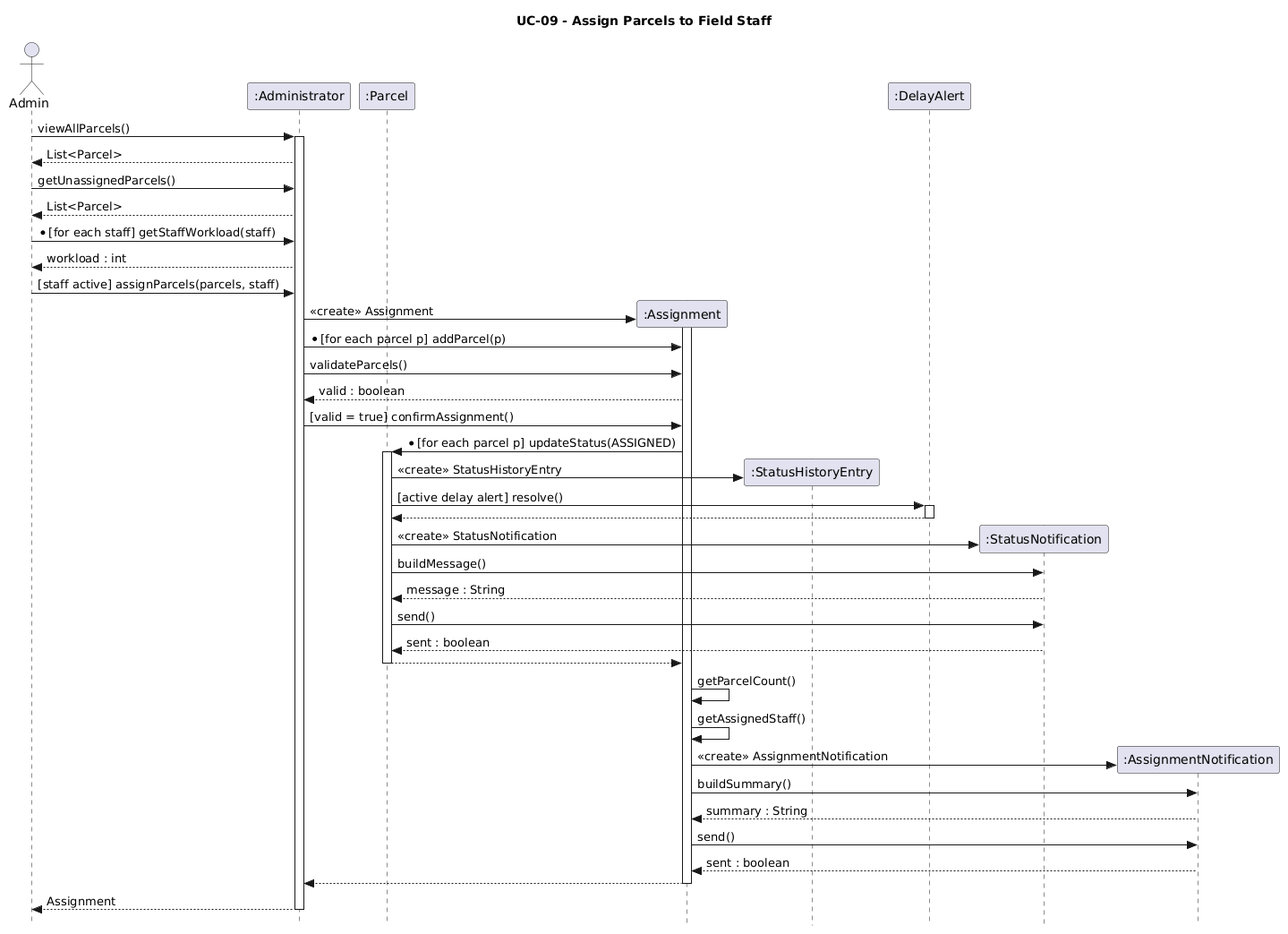
COE420-Team10-F26/Courier_parcel_tracking_system keeps this PlantUML diagram as Project/Behavioral_Modeling/Sequence_Diagrams/SD_UC-09_Assign_Parcel.png. Above is the earlier version. The source it was exported from:
```plantuml
@startuml
title UC-09 - Assign Parcels to Field Staff
skinparam sequenceMessageAlign left
skinparam style strictuml

actor Admin
participant ":Administrator" as A
participant ":Parcel" as P
participant ":Assignment" as As
participant ":StatusHistoryEntry" as H
participant ":DelayAlert" as D
participant ":StatusNotification" as SN
participant ":AssignmentNotification" as N

Admin -> A : viewAllParcels()
activate A
A --> Admin : List<Parcel>

Admin -> A : getUnassignedParcels()
A --> Admin : List<Parcel>

Admin -> A : *[for each staff] getStaffWorkload(staff)
A --> Admin : workload : int

Admin -> A : [staff active] assignParcels(parcels, staff)

create As
A -> As : <<create>> Assignment
activate As

A -> As : *[for each parcel p] addParcel(p)

A -> As : validateParcels()
As --> A : valid : boolean

A -> As : [valid = true] confirmAssignment()

As -> P : *[for each parcel p] updateStatus(ASSIGNED)
activate P

create H
P -> H : <<create>> StatusHistoryEntry

P -> D : [active delay alert] resolve()
activate D
D --> P
deactivate D

create SN
P -> SN : <<create>> StatusNotification
P -> SN : buildMessage()
SN --> P : message : String
P -> SN : send()
SN --> P : sent : boolean

P --> As
deactivate P

As -> As : getParcelCount()
As -> As : getAssignedStaff()

create N
As -> N : <<create>> AssignmentNotification
As -> N : buildSummary()
N --> As : summary : String
As -> N : send()
N --> As : sent : boolean

As --> A
deactivate As
A --> Admin : Assignment
deactivate A
@enduml
```
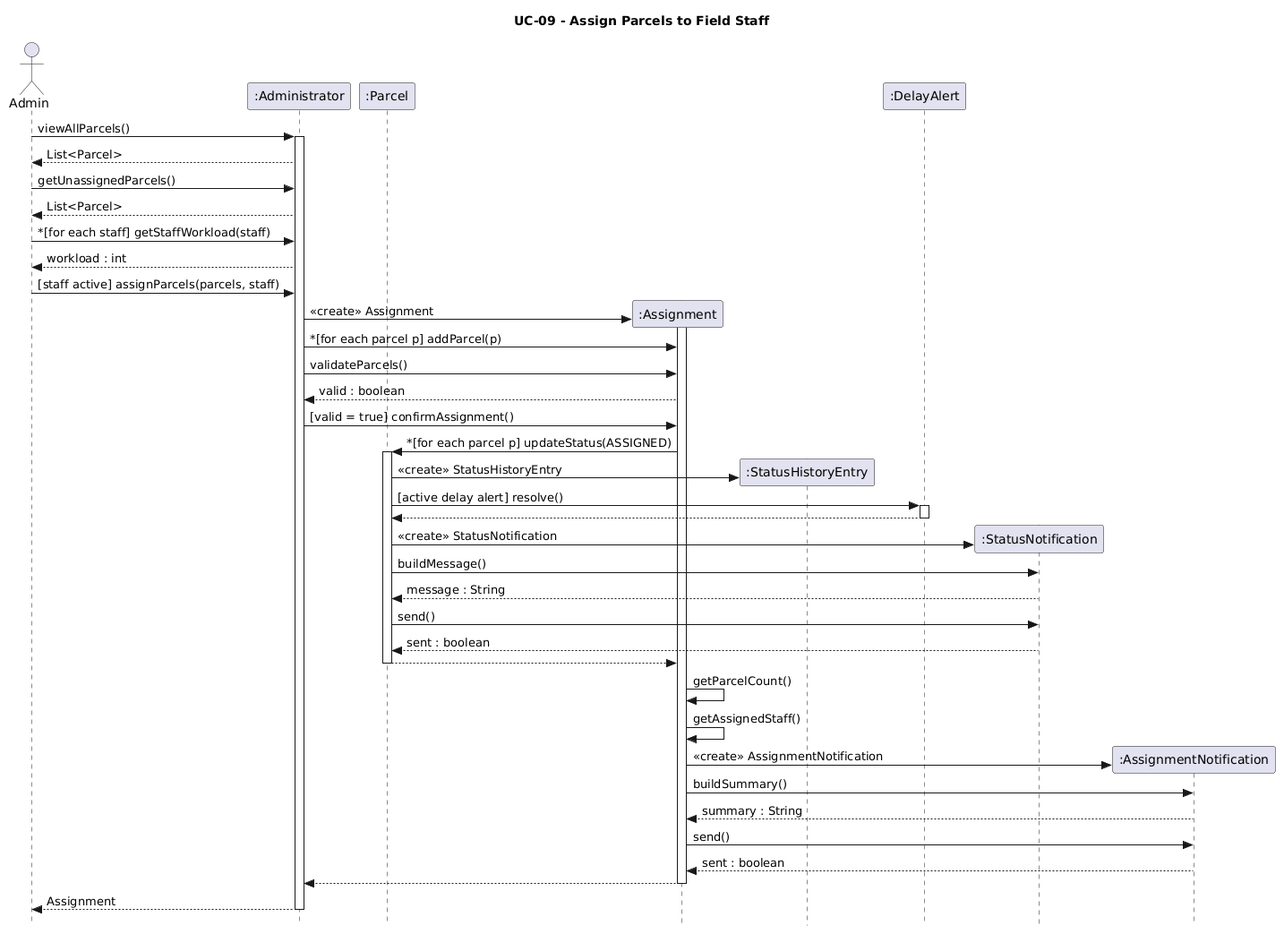
Above is the later version.

Commit message:
Corrected iteration symbol and added source .puml file

The edit, as a diff of the source:
```diff
@@ -19,7 +19,7 @@
 Admin -> A : getUnassignedParcels()
 A --> Admin : List<Parcel>
 
-Admin -> A : *[for each staff] getStaffWorkload(staff)
+Admin -> A : ~*[for each staff] getStaffWorkload(staff)
 A --> Admin : workload : int
 
 Admin -> A : [staff active] assignParcels(parcels, staff)
@@ -28,14 +28,14 @@
 A -> As : <<create>> Assignment
 activate As
 
-A -> As : *[for each parcel p] addParcel(p)
+A -> As : ~*[for each parcel p] addParcel(p)
 
 A -> As : validateParcels()
 As --> A : valid : boolean
 
 A -> As : [valid = true] confirmAssignment()
 
-As -> P : *[for each parcel p] updateStatus(ASSIGNED)
+As -> P : ~*[for each parcel p] updateStatus(ASSIGNED)
 activate P
 
 create H
```
